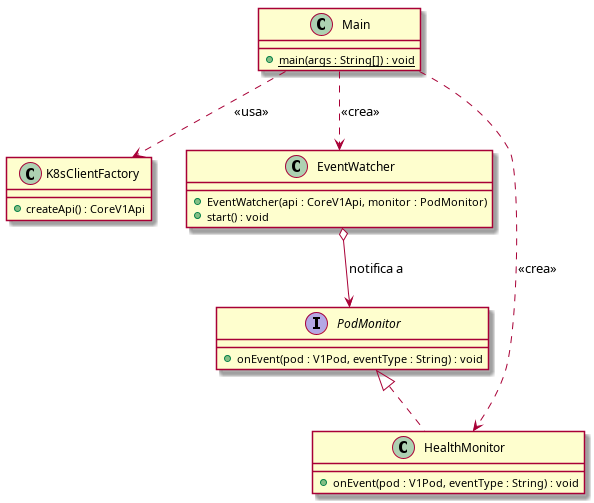
Above: documents/vistaPública.png in Carlos-Lima2510/Kintoh (PlantUML), before the change. Its source is kept beside it as documents/vistaPública.puml.
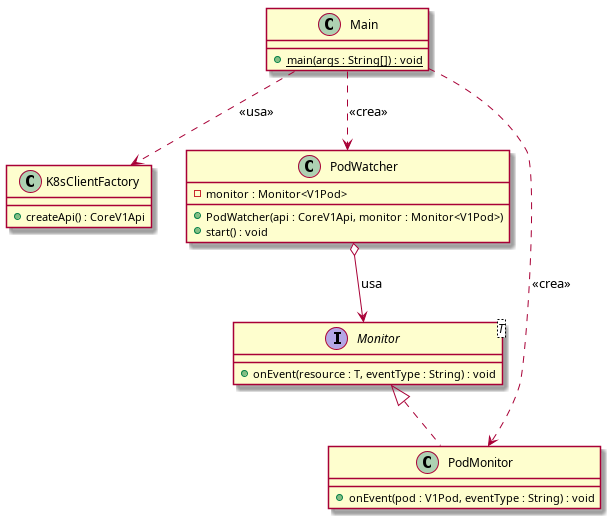
The same diagram one commit later.

Commit message:
refactor: Update documentation of Pod monitoring interface and class relationships on puml file

Diff of the diagram source:
```diff
@@ -8,26 +8,27 @@
     + createApi() : CoreV1Api
 }
 
-interface PodMonitor {
-    + onEvent(pod : V1Pod, eventType : String) : void
+interface "Monitor<T>" as Monitor {
+    + onEvent(resource : T, eventType : String) : void
 }
 
-class EventWatcher {
-    + EventWatcher(api : CoreV1Api, monitor : PodMonitor)
+class PodWatcher {
+    - monitor : Monitor<V1Pod>
+    + PodWatcher(api : CoreV1Api, monitor : Monitor<V1Pod>)
     + start() : void
 }
 
-class HealthMonitor {
+class PodMonitor {
     + onEvent(pod : V1Pod, eventType : String) : void
 }
 
 
 Main ..> K8sClientFactory : <<usa>>
-Main ..> EventWatcher : <<crea>>
-Main ..> HealthMonitor : <<crea>>
+Main ..> PodWatcher : <<crea>>
+Main ..> PodMonitor : <<crea>>
 
-PodMonitor <|.. HealthMonitor
+Monitor <|.. PodMonitor
 
-EventWatcher o--> PodMonitor : "notifica a"
+PodWatcher o--> Monitor : "usa"
 
 @enduml
```
